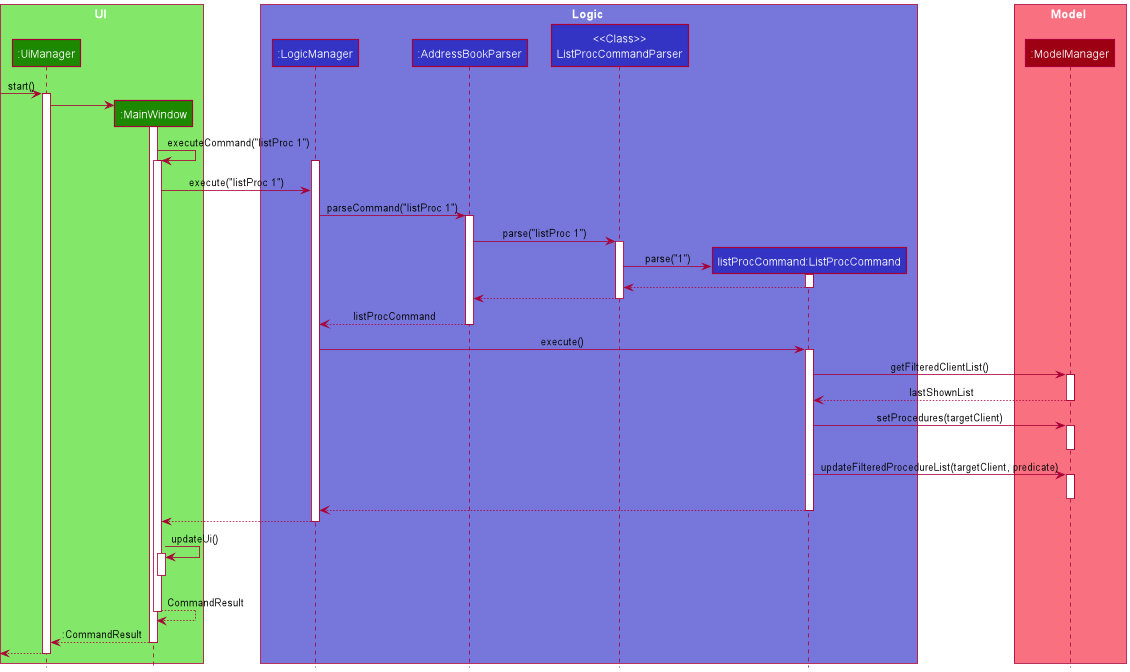
robinrojh/tp keeps this PlantUML diagram as docs/images/ListProcCommandSequenceDiagram.png. Above is the earlier version. Source of this version:
```plantuml
@startuml
!include style.puml
!define LOGIC_COLOR_T1 #7777DB

box UI UI_COLOR_T1
participant ":UiManager" as UiManager UI_COLOR
participant ":MainWindow" as MainWindow UI_COLOR
end box

box Logic LOGIC_COLOR_T1
participant ":LogicManager" as LogicManager LOGIC_COLOR
participant ":AddressBookParser" as AddressBookParser LOGIC_COLOR
participant "<<Class>>\nListProcCommandParser" as ListProcCommandParser LOGIC_COLOR
participant "listProcCommand:ListProcCommand" as ListProcCommand LOGIC_COLOR
end box

box Model MODEL_COLOR_T1
participant ":ModelManager" as ModelManager MODEL_COLOR
end box

[-> UiManager : start()

activate UiManager
create MainWindow
UiManager -> MainWindow
activate MainWindow
MainWindow -> MainWindow : executeCommand("listProc 1")
activate MainWindow

activate LogicManager
MainWindow -> LogicManager : execute("listProc 1")
LogicManager -> AddressBookParser : parseCommand("listProc 1")

activate AddressBookParser
AddressBookParser -> ListProcCommandParser : parse("listProc 1")
activate ListProcCommandParser

create ListProcCommand
ListProcCommandParser -> ListProcCommand :parse("1")
activate ListProcCommand

ListProcCommandParser <-- ListProcCommand
deactivate ListProcCommand

AddressBookParser <-- ListProcCommandParser
deactivate ListProcCommandParser

LogicManager <-- AddressBookParser : listProcCommand
deactivate AddressBookParser

LogicManager -> ListProcCommand : execute()
activate ListProcCommand

ListProcCommand -> ModelManager : getFilteredClientList()
activate ModelManager
ListProcCommand <-- ModelManager : lastShownList
deactivate ModelManager

ListProcCommand -> ModelManager : setProcedures(targetClient)
activate ModelManager
deactivate ModelManager

ListProcCommand -> ModelManager : updateFilteredProcedureList(targetClient, predicate)
activate ModelManager
deactivate ModelManager

LogicManager <-- ListProcCommand
deactivate ListProcCommand

MainWindow <-- LogicManager
deactivate LogicManager

MainWindow -> MainWindow : updateUi()
activate MainWindow
deactivate MainWindow

MainWindow --> MainWindow : CommandResult
deactivate MainWindow
UiManager <-- MainWindow : :CommandResult

deactivate MainWindow

[<-- UiManager
deactivate UiManager
@enduml
```
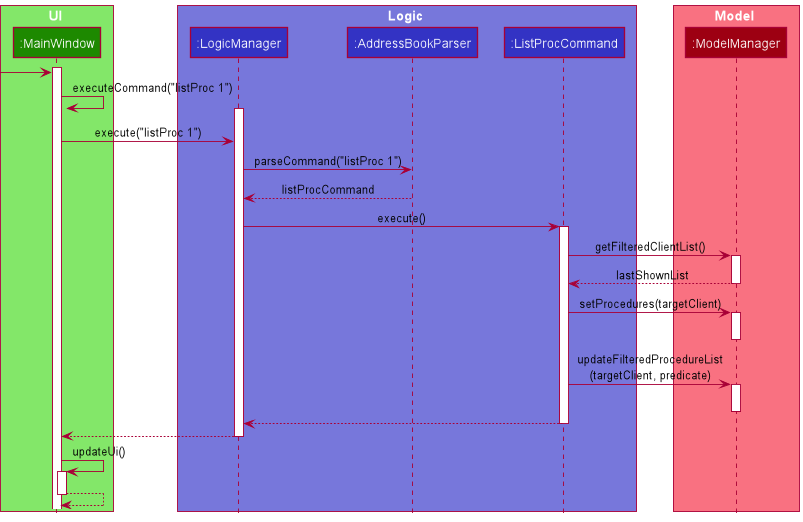
After the commit.

The edit, as a diff of the source:
```diff
@@ -3,47 +3,27 @@
 !define LOGIC_COLOR_T1 #7777DB
 
 box UI UI_COLOR_T1
-participant ":UiManager" as UiManager UI_COLOR
 participant ":MainWindow" as MainWindow UI_COLOR
 end box
 
 box Logic LOGIC_COLOR_T1
 participant ":LogicManager" as LogicManager LOGIC_COLOR
 participant ":AddressBookParser" as AddressBookParser LOGIC_COLOR
-participant "<<Class>>\nListProcCommandParser" as ListProcCommandParser LOGIC_COLOR
-participant "listProcCommand:ListProcCommand" as ListProcCommand LOGIC_COLOR
+participant ":ListProcCommand" as ListProcCommand LOGIC_COLOR
 end box
 
 box Model MODEL_COLOR_T1
 participant ":ModelManager" as ModelManager MODEL_COLOR
 end box
 
-[-> UiManager : start()
-
-activate UiManager
 create MainWindow
-UiManager -> MainWindow
 activate MainWindow
+[-> MainWindow
 MainWindow -> MainWindow : executeCommand("listProc 1")
-activate MainWindow
 
 activate LogicManager
 MainWindow -> LogicManager : execute("listProc 1")
 LogicManager -> AddressBookParser : parseCommand("listProc 1")
-
-activate AddressBookParser
-AddressBookParser -> ListProcCommandParser : parse("listProc 1")
-activate ListProcCommandParser
-
-create ListProcCommand
-ListProcCommandParser -> ListProcCommand :parse("1")
-activate ListProcCommand
-
-ListProcCommandParser <-- ListProcCommand
-deactivate ListProcCommand
-
-AddressBookParser <-- ListProcCommandParser
-deactivate ListProcCommandParser
 
 LogicManager <-- AddressBookParser : listProcCommand
 deactivate AddressBookParser
@@ -60,7 +40,7 @@
 activate ModelManager
 deactivate ModelManager
 
-ListProcCommand -> ModelManager : updateFilteredProcedureList(targetClient, predicate)
+ListProcCommand -> ModelManager : updateFilteredProcedureList\n(targetClient, predicate)
 activate ModelManager
 deactivate ModelManager
 
@@ -72,14 +52,8 @@
 
 MainWindow -> MainWindow : updateUi()
 activate MainWindow
-deactivate MainWindow
-
-MainWindow --> MainWindow : CommandResult
-deactivate MainWindow
-UiManager <-- MainWindow : :CommandResult
+MainWindow --> MainWindow
 
 deactivate MainWindow
 
-[<-- UiManager
-deactivate UiManager
 @enduml
```
